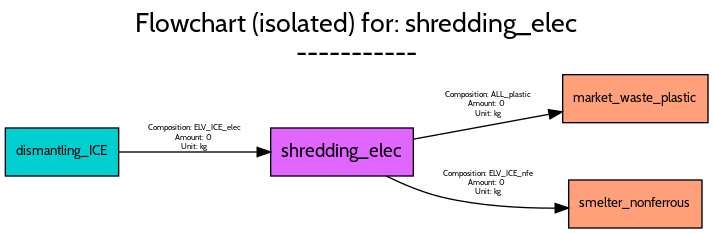
Earlier version of the Graphviz export src/examples/ELV/figures/flowcharts/processes/png/shredding_elec.png (FutuRaM-Project/Recovery-Model). Its source is kept beside it as src/examples/ELV/figures/flowcharts/processes/dot/shredding_elec.dot.
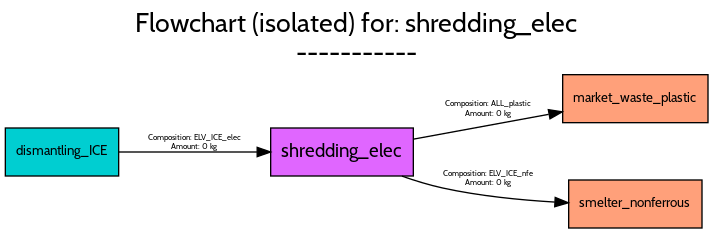
The same diagram one commit later.

Change to the diagram source:
```diff
@@ -35,9 +35,8 @@
 		fontname=Cabin,
 		fontsize=6,
 		label="Composition: ALL_plastic
-Amount: 0
-Unit: kg",
-		lp="362,92.5",
+Amount: 0 kg",
+		lp="362,89",
 		pos="e,417.7,87.128 306.27,66.683 336.74,72.274 375.29,79.347 407.49,85.255"];
 	smelter_nonferrous	[fillcolor=lightsalmon1,
 		fontname=Cabin,
@@ -51,10 +50,9 @@
 		fontname=Cabin,
 		fontsize=6,
 		label="Composition: ELV_ICE_nfe
-Amount: 0
-Unit: kg",
-		lp="362,33.5",
-		pos="e,422.38,14.996 285.88,38.863 298.61,32.64 313.61,26.392 328,23 355.2,16.588 386.1,14.833 412.24,14.886"];
+Amount: 0 kg",
+		lp="362,37",
+		pos="e,422.21,18.912 297.45,38.904 307.35,35.438 317.92,32.207 328,30 355.27,24.028 386.06,20.983 412.1,19.447"];
 	dismantling_ICE	[fillcolor=darkturquoise,
 		fontname=Cabin,
 		fontsize=10,
@@ -67,8 +65,7 @@
 		fontname=Cabin,
 		fontsize=6,
 		label="Composition: ELV_ICE_elec
-Amount: 0
-Unit: kg",
-		lp="142,67.5",
+Amount: 0 kg",
+		lp="142,64",
 		pos="e,198.88,57 85.092,57 114.75,57 155.14,57 188.7,57"];
 }
```
